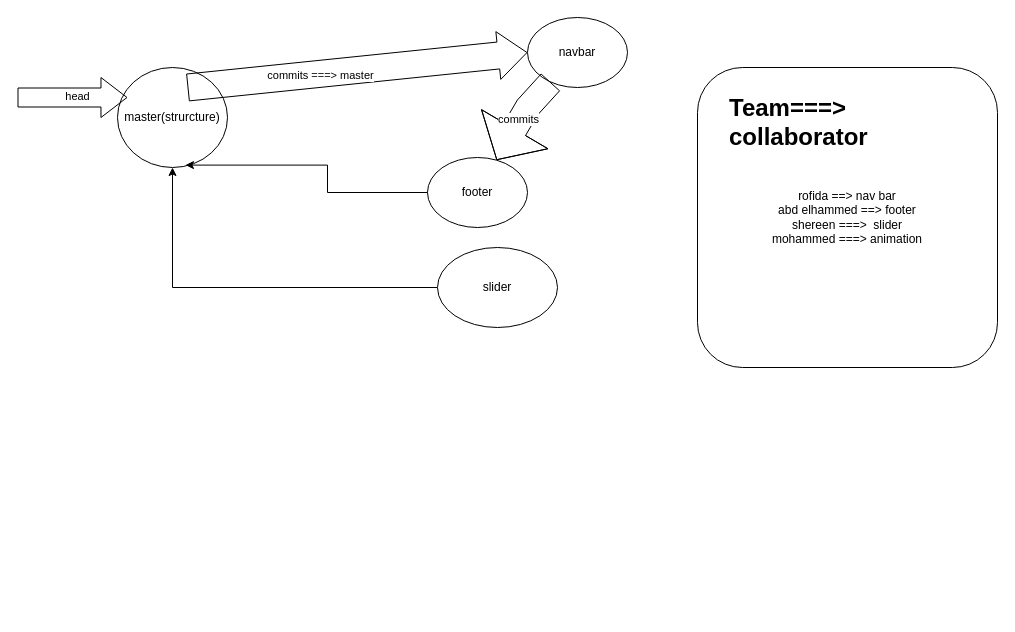
This is version _control fayoum python.drawio from ayaatadel/python_fayoum_q3, a draw.io file, before an edit. Source tidied: cells renumbered, new cells numbered last; positions are measured from the earlier drawing's top-left corner, leaving out a move shared by most shapes. Both pictures are drawn from the tidied source at 100%, with x=0, y=0 at pixel (17, 17).
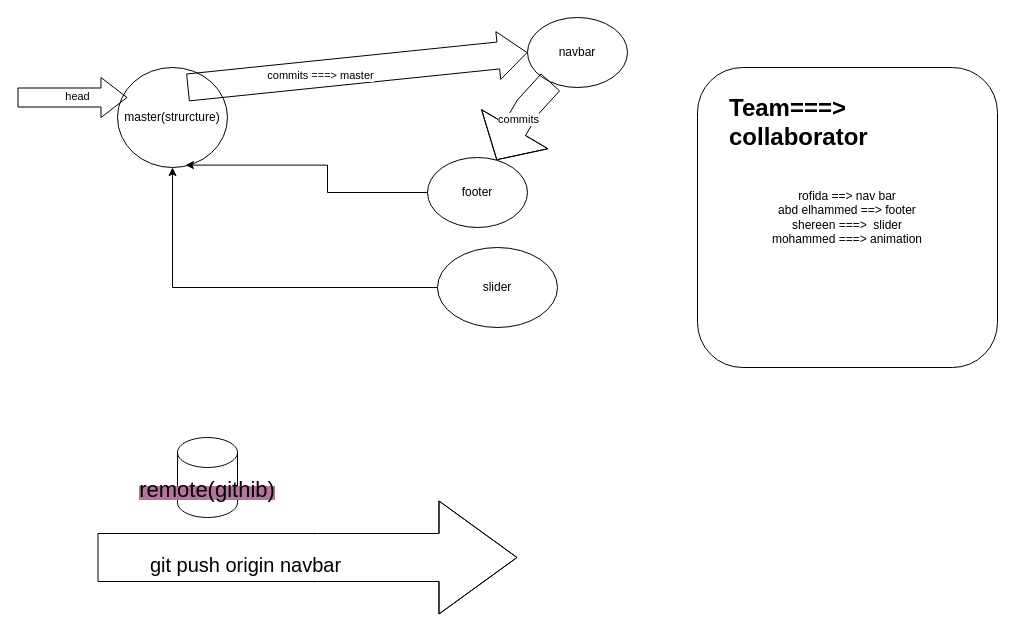
Above is the later version.

What changed in the source:
```diff
@@
+    <mxCell id="16" value="&lt;span style=&quot;background-color: rgb(181, 115, 157);&quot;&gt;&lt;font style=&quot;font-size: 22px;&quot;&gt;remote(githib)&lt;/font&gt;&lt;/span&gt;" style="shape=cylinder3;whiteSpace=wrap;html=1;boundedLbl=1;backgroundOutline=1;size=15;" parent="1" vertex="1">
+      <mxGeometry x="160" y="420" width="60" height="80" as="geometry" />
+    </mxCell>
+    <mxCell id="17" style="shape=flexArrow;endArrow=classic;html=1;rounded=0;endWidth=64;endSize=25.67;width=48;" parent="1" edge="1">
+      <mxGeometry relative="1" as="geometry">
+        <mxPoint x="80" y="540" as="sourcePoint" />
+        <mxPoint x="500" y="540" as="targetPoint" />
+        <Array as="points">
+          <mxPoint x="300" y="540" />
+        </Array>
+      </mxGeometry>
+    </mxCell>
+    <mxCell id="18" value="&lt;font style=&quot;font-size: 20px;&quot;&gt;git push origin navbar&lt;/font&gt;" style="edgeLabel;html=1;align=center;verticalAlign=middle;" parent="17" vertex="1">
+      <mxGeometry x="-0.3" y="-6" relative="1" as="geometry" />
+    </mxCell>
```
